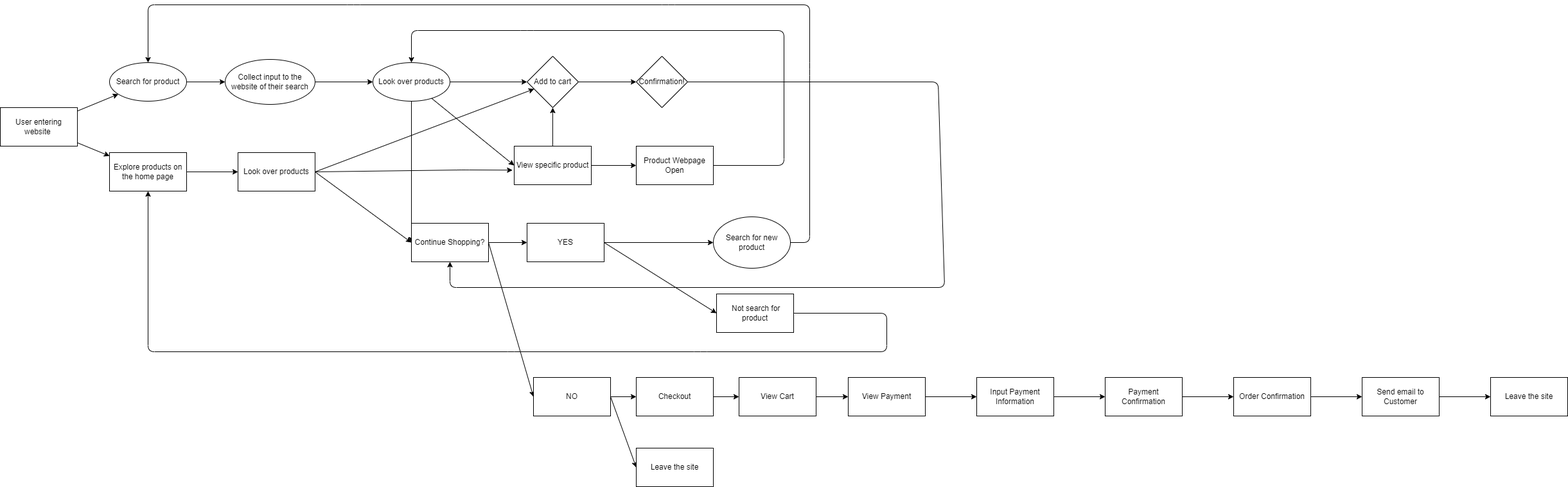
The draw.io diagram explore/disgramming/diagram.drawio.png in yis004/fa22-cse110-lab4, before a commit. Source tidied: cells renumbered, new cells last; positions are measured from the earlier drawing's top-left corner, leaving out a move shared by most shapes.
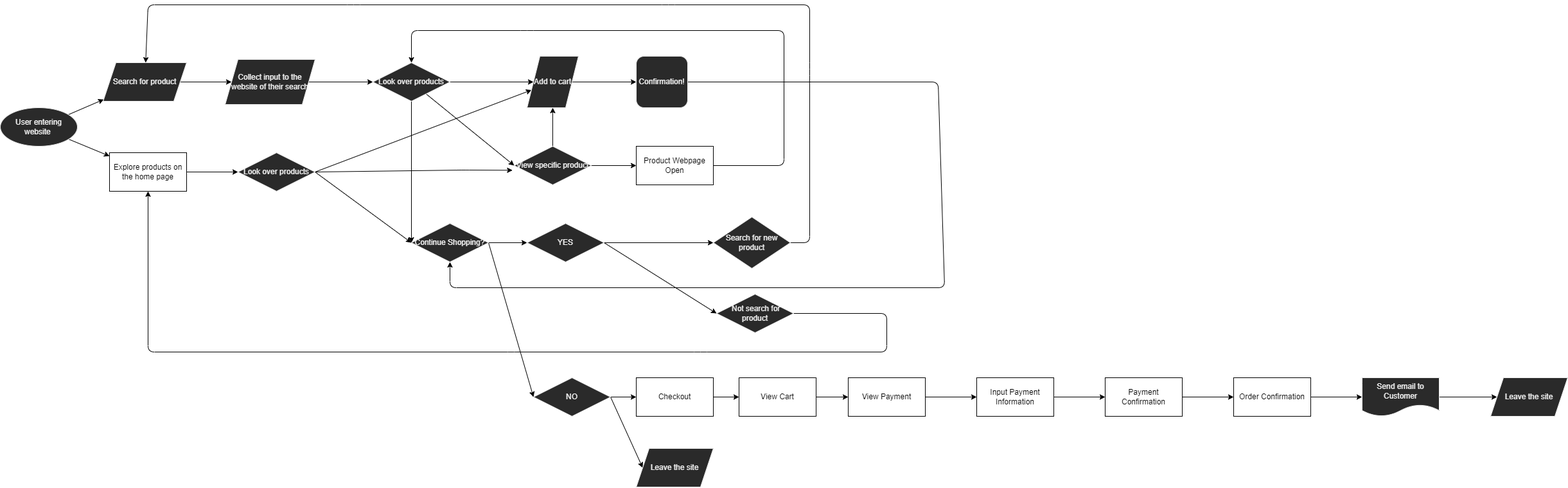
Above is the later version.

Commit message:
fixed minor issues in answers

The edit, as a diff of the source:
```diff
@@ -8,7 +8,7 @@
     <mxCell id="3" style="edgeStyle=none;html=1;exitX=1;exitY=0.5;exitDx=0;exitDy=0;entryX=0;entryY=0.5;entryDx=0;entryDy=0;" parent="1" edge="1" source="4" target="27">
       <mxGeometry relative="1" as="geometry" />
     </mxCell>
-    <mxCell id="4" value="View specific product" style="rounded=0;whiteSpace=wrap;html=1;" parent="1" vertex="1">
+    <mxCell id="4" value="View specific product" style="rhombus;whiteSpace=wrap;html=1;fontFamily=Helvetica;fontSize=12;fontColor=rgb(240, 240, 240);align=center;strokeColor=rgb(240, 240, 240);fillColor=rgb(42, 42, 42);" parent="1" vertex="1">
       <mxGeometry x="800" y="220" width="120" height="60" as="geometry" />
     </mxCell>
     <mxCell id="5" style="edgeStyle=none;html=1;" parent="1" edge="1" source="7" target="9">
@@ -17,7 +17,7 @@
     <mxCell id="6" style="edgeStyle=none;html=1;" parent="1" edge="1" source="7" target="11">
       <mxGeometry relative="1" as="geometry" />
     </mxCell>
-    <mxCell id="7" value="User entering website&amp;nbsp;" style="rounded=0;whiteSpace=wrap;html=1;" parent="1" vertex="1">
+    <mxCell id="7" value="User entering website&amp;nbsp;" style="ellipse;whiteSpace=wrap;html=1;fontFamily=Helvetica;fontSize=12;fontColor=rgb(240, 240, 240);align=center;strokeColor=rgb(240, 240, 240);fillColor=rgb(42, 42, 42);" parent="1" vertex="1">
       <mxGeometry y="160" width="120" height="60" as="geometry" />
     </mxCell>
     <mxCell id="8" style="edgeStyle=none;html=1;" parent="1" edge="1" source="9" target="21">
@@ -29,13 +29,13 @@
     <mxCell id="10" style="edgeStyle=none;html=1;" parent="1" edge="1" source="11" target="13">
       <mxGeometry relative="1" as="geometry" />
     </mxCell>
-    <mxCell id="11" value="Search for product" style="ellipse;whiteSpace=wrap;html=1;rounded=0;" parent="1" vertex="1">
-      <mxGeometry x="170" y="90" width="120" height="60" as="geometry" />
+    <mxCell id="11" value="Search for product" style="shape=parallelogram;perimeter=parallelogramPerimeter;whiteSpace=wrap;html=1;fixedSize=1;fontFamily=Helvetica;fontSize=12;fontColor=rgb(240, 240, 240);align=center;strokeColor=rgb(240, 240, 240);fillColor=rgb(42, 42, 42);" parent="1" vertex="1">
+      <mxGeometry x="160" y="90" width="130" height="60" as="geometry" />
     </mxCell>
     <mxCell id="12" style="edgeStyle=none;html=1;" parent="1" edge="1" source="13" target="17">
       <mxGeometry relative="1" as="geometry" />
     </mxCell>
-    <mxCell id="13" value="Collect&amp;nbsp;input to the website of their search" style="ellipse;whiteSpace=wrap;html=1;rounded=0;" parent="1" vertex="1">
+    <mxCell id="13" value="Collect&amp;nbsp;input to the website of their search" style="shape=parallelogram;perimeter=parallelogramPerimeter;whiteSpace=wrap;html=1;fixedSize=1;fontFamily=Helvetica;fontSize=12;fontColor=rgb(240, 240, 240);align=center;strokeColor=rgb(240, 240, 240);fillColor=rgb(42, 42, 42);" parent="1" vertex="1">
       <mxGeometry x="350" y="85" width="140" height="70" as="geometry" />
     </mxCell>
     <mxCell id="14" style="edgeStyle=none;html=1;entryX=0;entryY=0.5;entryDx=0;entryDy=0;" parent="1" edge="1" source="17" target="4">
@@ -47,7 +47,7 @@
     <mxCell id="16" style="edgeStyle=none;html=1;exitX=0.5;exitY=1;exitDx=0;exitDy=0;entryX=0;entryY=0.5;entryDx=0;entryDy=0;" parent="1" edge="1" source="17" target="30">
       <mxGeometry relative="1" as="geometry" />
     </mxCell>
-    <mxCell id="17" value="Look over products" style="ellipse;whiteSpace=wrap;html=1;rounded=0;" parent="1" vertex="1">
+    <mxCell id="17" value="Look over products" style="rhombus;whiteSpace=wrap;html=1;fontFamily=Helvetica;fontSize=12;fontColor=rgb(240, 240, 240);align=center;strokeColor=rgb(240, 240, 240);fillColor=rgb(42, 42, 42);" parent="1" vertex="1">
       <mxGeometry x="580" y="90" width="120" height="60" as="geometry" />
     </mxCell>
     <mxCell id="18" style="edgeStyle=none;html=1;exitX=1;exitY=0.5;exitDx=0;exitDy=0;entryX=-0.022;entryY=0.622;entryDx=0;entryDy=0;entryPerimeter=0;" parent="1" edge="1" source="21" target="4">
@@ -63,13 +63,13 @@
     <mxCell id="20" style="edgeStyle=none;html=1;exitX=1;exitY=0.5;exitDx=0;exitDy=0;entryX=0;entryY=0.5;entryDx=0;entryDy=0;" parent="1" edge="1" source="21" target="30">
       <mxGeometry relative="1" as="geometry" />
     </mxCell>
-    <mxCell id="21" value="Look over products" style="whiteSpace=wrap;html=1;rounded=0;" parent="1" vertex="1">
+    <mxCell id="21" value="Look over products" style="rhombus;whiteSpace=wrap;html=1;fontFamily=Helvetica;fontSize=12;fontColor=rgb(240, 240, 240);align=center;strokeColor=rgb(240, 240, 240);fillColor=rgb(42, 42, 42);" parent="1" vertex="1">
       <mxGeometry x="370" y="230" width="120" height="60" as="geometry" />
     </mxCell>
     <mxCell id="22" style="edgeStyle=none;html=1;" parent="1" edge="1" source="23" target="25">
       <mxGeometry relative="1" as="geometry" />
     </mxCell>
-    <mxCell id="23" value="Add to cart" style="rhombus;whiteSpace=wrap;html=1;rounded=0;" parent="1" vertex="1">
+    <mxCell id="23" value="Add to cart" style="shape=parallelogram;perimeter=parallelogramPerimeter;whiteSpace=wrap;html=1;fixedSize=1;fontFamily=Helvetica;fontSize=12;fontColor=rgb(240, 240, 240);align=center;strokeColor=rgb(240, 240, 240);fillColor=rgb(42, 42, 42);" parent="1" vertex="1">
       <mxGeometry x="820" y="80" width="80" height="80" as="geometry" />
     </mxCell>
     <mxCell id="24" style="edgeStyle=none;html=1;exitX=1;exitY=0.5;exitDx=0;exitDy=0;entryX=0.5;entryY=1;entryDx=0;entryDy=0;" parent="1" edge="1" source="25" target="30">
@@ -81,7 +81,7 @@
         </Array>
       </mxGeometry>
     </mxCell>
-    <mxCell id="25" value="Confirmation!" style="rhombus;whiteSpace=wrap;html=1;rounded=0;" parent="1" vertex="1">
+    <mxCell id="25" value="Confirmation!" style="rounded=1;whiteSpace=wrap;html=1;fontFamily=Helvetica;fontSize=12;fontColor=rgb(240, 240, 240);align=center;strokeColor=rgb(240, 240, 240);fillColor=rgb(42, 42, 42);" parent="1" vertex="1">
       <mxGeometry x="990" y="80" width="80" height="80" as="geometry" />
     </mxCell>
     <mxCell id="26" style="edgeStyle=none;html=1;exitX=1;exitY=0.5;exitDx=0;exitDy=0;entryX=0.5;entryY=0;entryDx=0;entryDy=0;" parent="1" edge="1" source="27" target="17">
@@ -103,7 +103,7 @@
     <mxCell id="29" style="edgeStyle=none;html=1;exitX=1;exitY=0.5;exitDx=0;exitDy=0;entryX=0;entryY=0.5;entryDx=0;entryDy=0;" parent="1" edge="1" source="30" target="40">
       <mxGeometry relative="1" as="geometry" />
     </mxCell>
-    <mxCell id="30" value="Continue Shopping?" style="rounded=0;whiteSpace=wrap;html=1;" parent="1" vertex="1">
+    <mxCell id="30" value="Continue Shopping?" style="rhombus;whiteSpace=wrap;html=1;fontFamily=Helvetica;fontSize=12;fontColor=rgb(240, 240, 240);align=center;strokeColor=rgb(240, 240, 240);fillColor=rgb(42, 42, 42);" parent="1" vertex="1">
       <mxGeometry x="640" y="340" width="120" height="60" as="geometry" />
     </mxCell>
     <mxCell id="31" style="edgeStyle=none;html=1;exitX=1;exitY=0.5;exitDx=0;exitDy=0;" parent="1" edge="1" source="32" target="11">
@@ -118,7 +118,7 @@
         </Array>
       </mxGeometry>
     </mxCell>
-    <mxCell id="32" value="Search for new product" style="ellipse;whiteSpace=wrap;html=1;" parent="1" vertex="1">
+    <mxCell id="32" value="Search for new product" style="rhombus;whiteSpace=wrap;html=1;fontFamily=Helvetica;fontSize=12;fontColor=rgb(240, 240, 240);align=center;strokeColor=rgb(240, 240, 240);fillColor=rgb(42, 42, 42);" parent="1" vertex="1">
       <mxGeometry x="1110" y="330" width="120" height="80" as="geometry" />
     </mxCell>
     <mxCell id="33" style="edgeStyle=none;html=1;exitX=1;exitY=0.5;exitDx=0;exitDy=0;entryX=0.5;entryY=1;entryDx=0;entryDy=0;" parent="1" edge="1" source="34" target="9">
@@ -132,7 +132,7 @@
         </Array>
       </mxGeometry>
     </mxCell>
-    <mxCell id="34" value="&lt;span&gt;&amp;nbsp;Not search for product&lt;/span&gt;" style="rounded=0;whiteSpace=wrap;html=1;" parent="1" vertex="1">
+    <mxCell id="34" value="&lt;span&gt;&amp;nbsp;Not search for product&lt;/span&gt;" style="rhombus;whiteSpace=wrap;html=1;fontFamily=Helvetica;fontSize=12;fontColor=rgb(240, 240, 240);align=center;strokeColor=rgb(240, 240, 240);fillColor=rgb(42, 42, 42);" parent="1" vertex="1">
       <mxGeometry x="1115" y="450" width="120" height="60" as="geometry" />
     </mxCell>
     <mxCell id="35" style="edgeStyle=none;html=1;exitX=1;exitY=0.5;exitDx=0;exitDy=0;" parent="1" edge="1" source="37" target="32">
@@ -141,7 +141,7 @@
     <mxCell id="36" style="edgeStyle=none;html=1;exitX=1;exitY=0.5;exitDx=0;exitDy=0;entryX=0;entryY=0.5;entryDx=0;entryDy=0;" parent="1" edge="1" source="37" target="34">
       <mxGeometry relative="1" as="geometry" />
     </mxCell>
-    <mxCell id="37" value="YES" style="rounded=0;whiteSpace=wrap;html=1;" parent="1" vertex="1">
+    <mxCell id="37" value="YES" style="rhombus;whiteSpace=wrap;html=1;fontFamily=Helvetica;fontSize=12;fontColor=rgb(240, 240, 240);align=center;strokeColor=rgb(240, 240, 240);fillColor=rgb(42, 42, 42);" parent="1" vertex="1">
       <mxGeometry x="820" y="340" width="120" height="60" as="geometry" />
     </mxCell>
     <mxCell id="38" style="edgeStyle=none;html=1;exitX=1;exitY=0.5;exitDx=0;exitDy=0;entryX=0;entryY=0.5;entryDx=0;entryDy=0;" parent="1" edge="1" source="40" target="42">
@@ -150,7 +150,7 @@
     <mxCell id="39" style="edgeStyle=none;html=1;exitX=1;exitY=0.5;exitDx=0;exitDy=0;entryX=0;entryY=0.5;entryDx=0;entryDy=0;" parent="1" edge="1" source="40" target="43">
       <mxGeometry relative="1" as="geometry" />
     </mxCell>
-    <mxCell id="40" value="NO" style="rounded=0;whiteSpace=wrap;html=1;" parent="1" vertex="1">
+    <mxCell id="40" value="NO" style="rhombus;whiteSpace=wrap;html=1;fontFamily=Helvetica;fontSize=12;fontColor=rgb(240, 240, 240);align=center;strokeColor=rgb(240, 240, 240);fillColor=rgb(42, 42, 42);" parent="1" vertex="1">
       <mxGeometry x="830" y="580" width="120" height="60" as="geometry" />
     </mxCell>
     <mxCell id="41" style="edgeStyle=none;html=1;exitX=1;exitY=0.5;exitDx=0;exitDy=0;entryX=0;entryY=0.5;entryDx=0;entryDy=0;" parent="1" edge="1" source="42" target="45">
@@ -159,7 +159,7 @@
     <mxCell id="42" value="Checkout" style="rounded=0;whiteSpace=wrap;html=1;" parent="1" vertex="1">
       <mxGeometry x="990" y="580" width="120" height="60" as="geometry" />
     </mxCell>
-    <mxCell id="43" value="Leave the site" style="rounded=0;whiteSpace=wrap;html=1;" parent="1" vertex="1">
+    <mxCell id="43" value="Leave the site" style="shape=parallelogram;perimeter=parallelogramPerimeter;whiteSpace=wrap;html=1;fixedSize=1;fontFamily=Helvetica;fontSize=12;fontColor=rgb(240, 240, 240);align=center;strokeColor=rgb(240, 240, 240);fillColor=rgb(42, 42, 42);" parent="1" vertex="1">
       <mxGeometry x="990" y="690" width="120" height="60" as="geometry" />
     </mxCell>
     <mxCell id="44" style="edgeStyle=none;html=1;" parent="1" edge="1" source="45" target="47">
@@ -195,10 +195,10 @@
     <mxCell id="54" style="edgeStyle=none;html=1;" parent="1" edge="1" source="55" target="56">
       <mxGeometry relative="1" as="geometry" />
     </mxCell>
-    <mxCell id="55" value="Send email to Customer" style="whiteSpace=wrap;html=1;rounded=0;" parent="1" vertex="1">
+    <mxCell id="55" value="Send email to Customer" style="shape=document;whiteSpace=wrap;html=1;boundedLbl=1;fontFamily=Helvetica;fontSize=12;fontColor=rgb(240, 240, 240);align=center;strokeColor=rgb(240, 240, 240);fillColor=rgb(42, 42, 42);" parent="1" vertex="1">
       <mxGeometry x="2120" y="580" width="120" height="60" as="geometry" />
     </mxCell>
-    <mxCell id="56" value="Leave the site" style="whiteSpace=wrap;html=1;rounded=0;" parent="1" vertex="1">
+    <mxCell id="56" value="Leave the site" style="shape=parallelogram;perimeter=parallelogramPerimeter;whiteSpace=wrap;html=1;fixedSize=1;fontFamily=Helvetica;fontSize=12;fontColor=rgb(240, 240, 240);align=center;strokeColor=rgb(240, 240, 240);fillColor=rgb(42, 42, 42);" parent="1" vertex="1">
       <mxGeometry x="2320" y="580" width="120" height="60" as="geometry" />
     </mxCell>
   </root>
```
